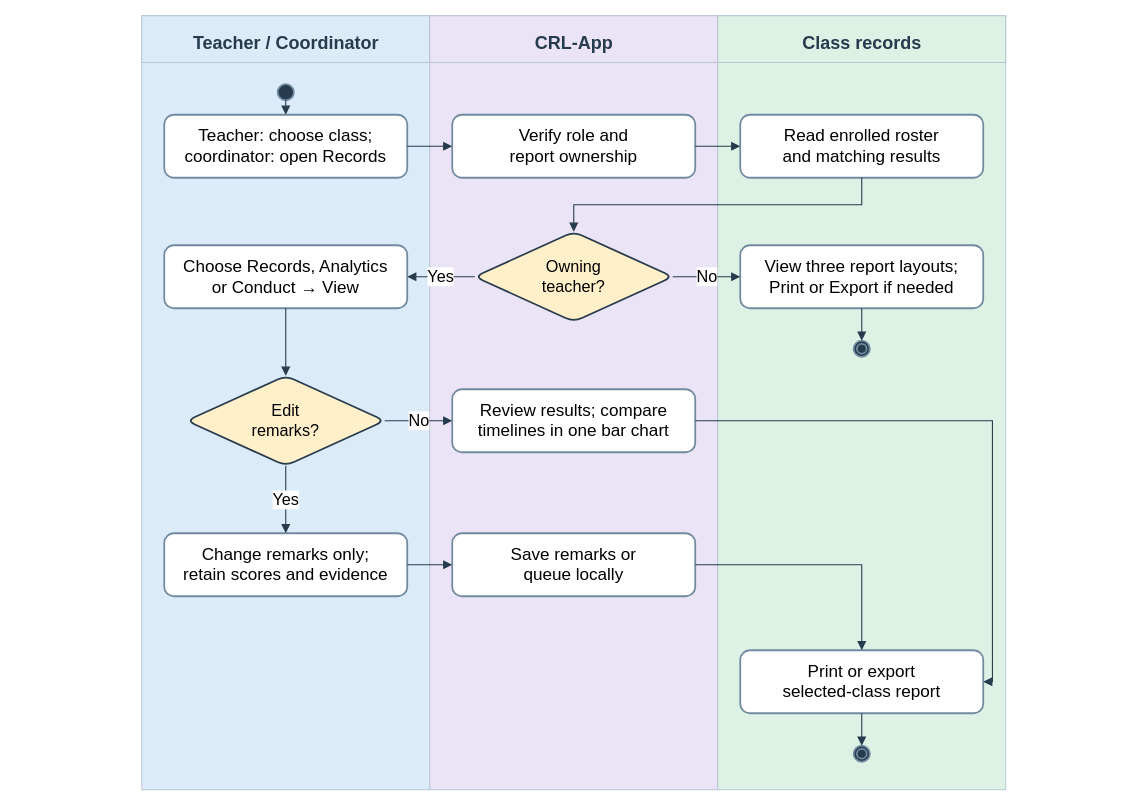
Above: docs/diagrams/class-workspaces/figure-16-records-reports.drawio in AkuSayangKamuJudaSayang/crl-app (draw.io), before the change. Source tidied: cells renumbered, new cells numbered last; positions are measured from the earlier drawing's top-left corner, leaving out a move shared by most shapes. Both pictures are drawn from the tidied source at 90%, with x=0, y=0 at pixel (15, 15).
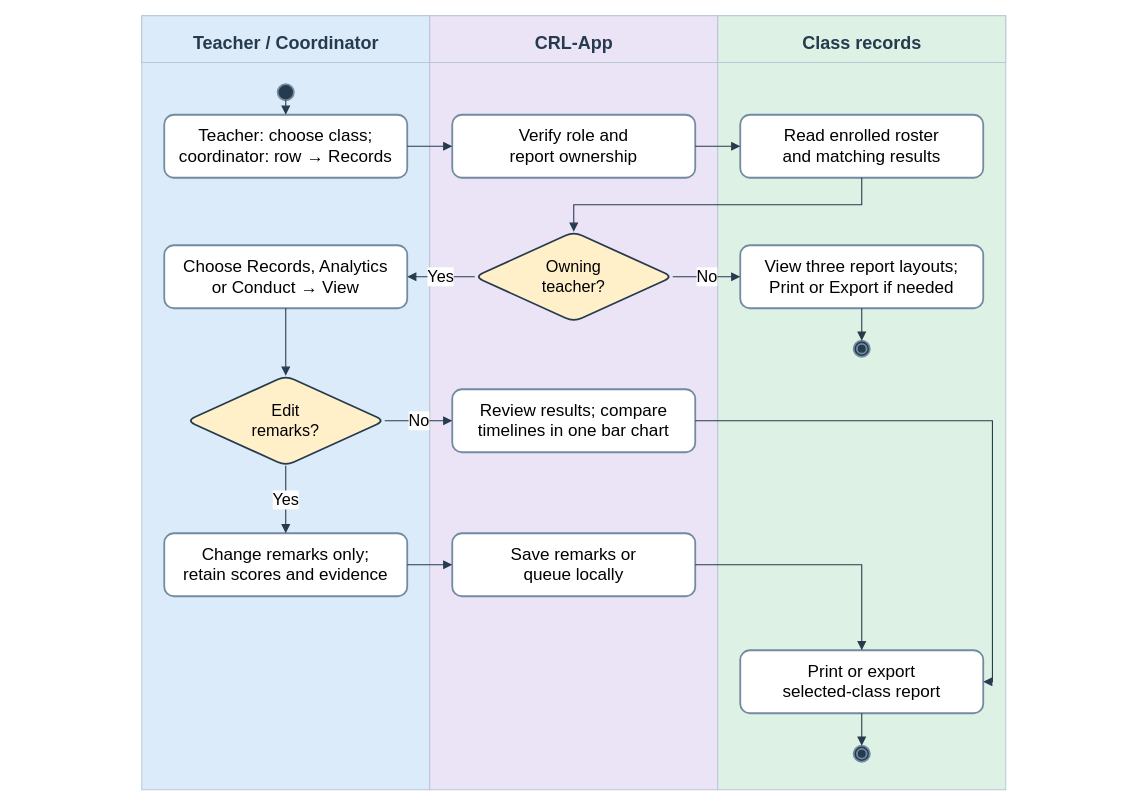
The same page after the edit.

What changed in the source:
```diff
@@
-    <mxCell id="12" value="Teacher: choose class;&lt;br&gt;coordinator: open Records" style="rounded=1;whiteSpace=wrap;html=1;fontFamily=Arial;fillColor=#ffffff;strokeColor=#728ba0;strokeWidth=2;fontSize=19;" parent="1" vertex="1">
+    <mxCell id="12" value="Teacher: choose class;&lt;br&gt;coordinator: row → Records" style="rounded=1;whiteSpace=wrap;html=1;fontFamily=Arial;fillColor=#ffffff;strokeColor=#728ba0;strokeWidth=2;fontSize=19;" parent="1" vertex="1">
       <mxGeometry x="165" y="110" width="270" height="70" as="geometry" />
     </mxCell>
```
